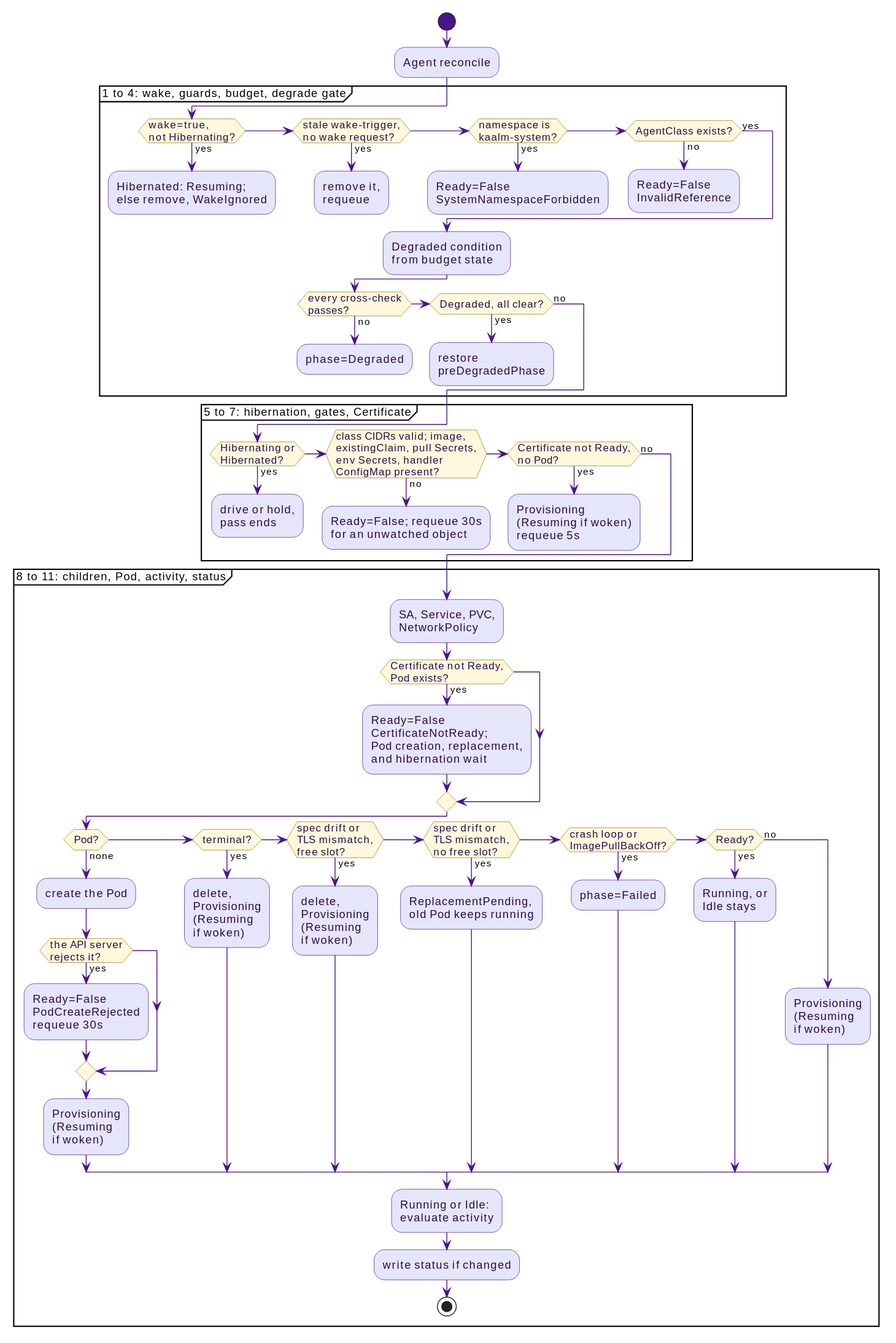
win07xp/kaalm keeps this PlantUML diagram as docs/src/diagrams/agent-reconcile-pass.svg. Above is the earlier version.
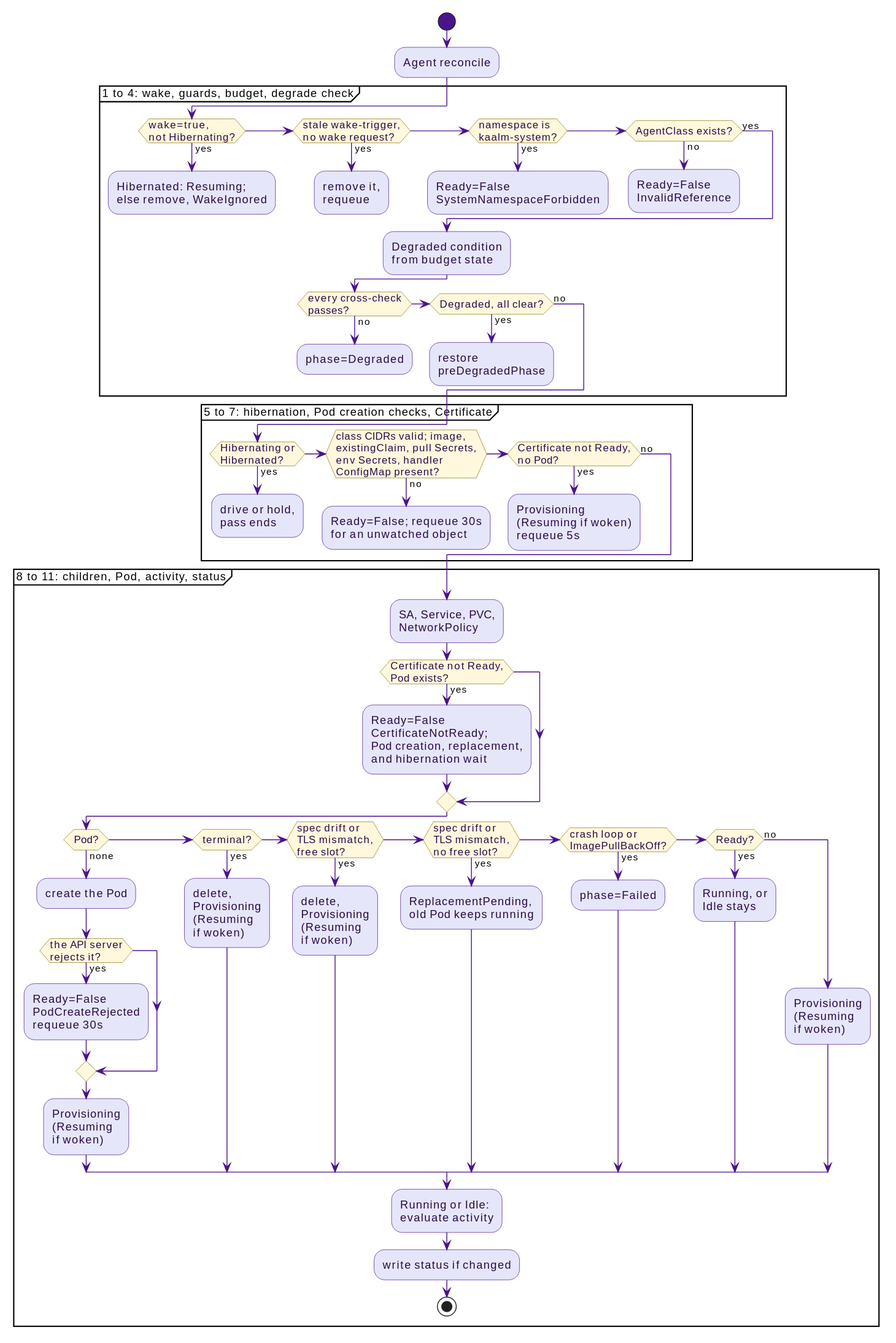
After the change.

Diff of the diagram source:
```diff
@@ -4,7 +4,7 @@
 start
 :Agent reconcile;
 
-partition "1 to 4: wake, guards, budget, degrade gate" {
+partition "1 to 4: wake, guards, budget, degrade check" {
   if (wake=true,\nnot Hibernating?) then (yes)
     :Hibernated: Resuming;\nelse remove, WakeIgnored;
     kill
@@ -30,7 +30,7 @@
   endif
 }
 
-partition "5 to 7: hibernation, gates, Certificate" {
+partition "5 to 7: hibernation, Pod creation checks, Certificate" {
   if (Hibernating or\nHibernated?) then (yes)
     :drive or hold,\npass ends;
     kill
```
